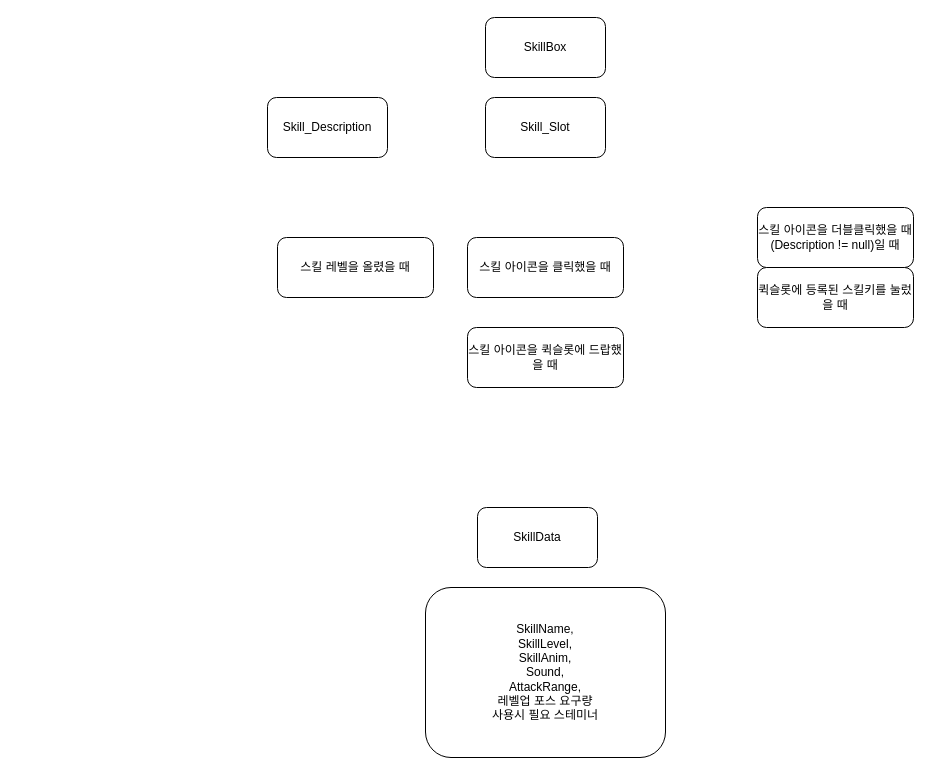
The draw.io diagram 다이어그램/스킬창, 스킬시스템.drawio in steelfs/JY, before the edit. Source tidied: cells renumbered, new cells numbered last; positions are measured from the earlier drawing's top-left corner, leaving out a move shared by most shapes. Both pictures are drawn from the tidied source at 100%, with x=0, y=0 at pixel (267, 17).
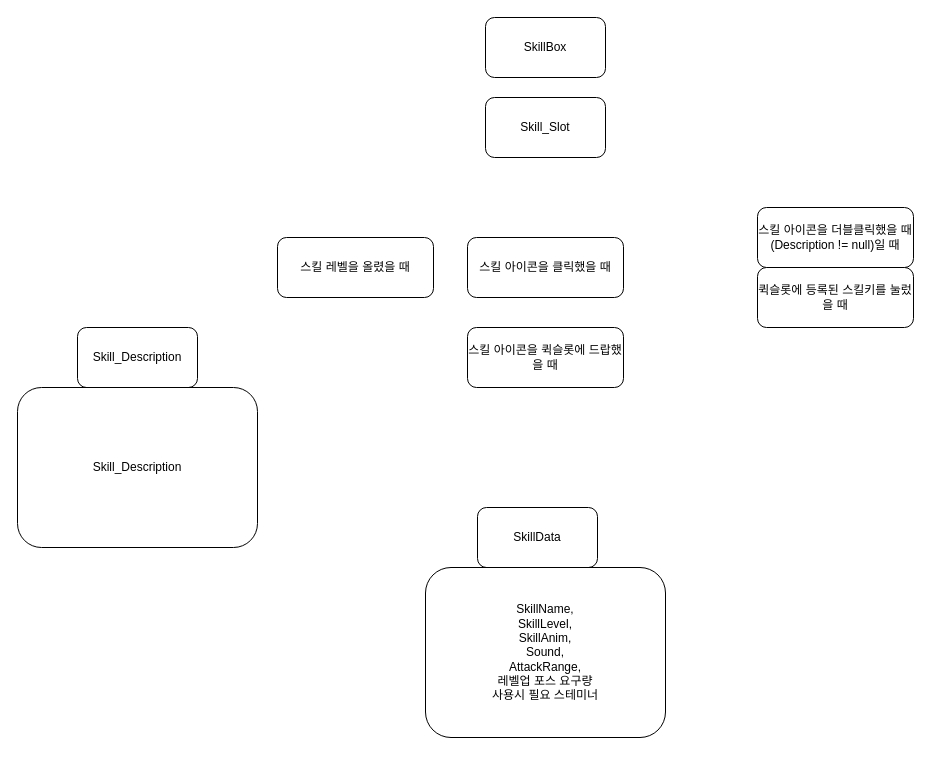
The same page after the edit.

Commit message (it also covers changes not shown here):
다이어그램 업데이트

Diff of the diagram source:
```diff
@@
 <mxGraphModel>
   <root>
     <mxCell id="0" />
     <mxCell id="1" parent="0" />
     <mxCell id="2" value="SkillBox" style="rounded=1;whiteSpace=wrap;html=1;" parent="1" vertex="1">
       <mxGeometry x="218" width="120" height="60" as="geometry" />
     </mxCell>
     <mxCell id="3" value="스킬 레벨을 올렸을 때" style="rounded=1;whiteSpace=wrap;html=1;" parent="1" vertex="1">
       <mxGeometry x="10" y="220" width="156" height="60" as="geometry" />
     </mxCell>
     <mxCell id="4" value="스킬 아이콘을 클릭했을 때" style="rounded=1;whiteSpace=wrap;html=1;" parent="1" vertex="1">
       <mxGeometry x="200" y="220" width="156" height="60" as="geometry" />
     </mxCell>
     <mxCell id="5" value="스킬 아이콘을 퀵슬롯에 드랍했을 때" style="rounded=1;whiteSpace=wrap;html=1;" parent="1" vertex="1">
       <mxGeometry x="200" y="310" width="156" height="60" as="geometry" />
     </mxCell>
     <mxCell id="6" value="스킬 아이콘을 더블클릭했을 때(Description != null)일 때" style="rounded=1;whiteSpace=wrap;html=1;" parent="1" vertex="1">
       <mxGeometry x="490" y="190" width="156" height="60" as="geometry" />
     </mxCell>
     <mxCell id="7" value="퀵슬롯에 등록된 스킬키를 눌렀을 때" style="rounded=1;whiteSpace=wrap;html=1;" parent="1" vertex="1">
       <mxGeometry x="490" y="250" width="156" height="60" as="geometry" />
     </mxCell>
     <mxCell id="8" value="SkillData" style="rounded=1;whiteSpace=wrap;html=1;" parent="1" vertex="1">
       <mxGeometry x="210" y="490" width="120" height="60" as="geometry" />
     </mxCell>
     <mxCell id="9" value="SkillName,&lt;br&gt;SkillLevel,&lt;br&gt;SkillAnim,&lt;br&gt;Sound,&lt;br&gt;AttackRange,&lt;br&gt;레벨업 포스 요구량&lt;br&gt;사용시 필요 스테미너" style="rounded=1;whiteSpace=wrap;html=1;" parent="1" vertex="1">
-      <mxGeometry x="158" y="570" width="240" height="170" as="geometry" />
+      <mxGeometry x="158" y="550" width="240" height="170" as="geometry" />
     </mxCell>
     <mxCell id="10" value="Skill_Description" style="rounded=1;whiteSpace=wrap;html=1;" parent="1" vertex="1">
-      <mxGeometry y="80" width="120" height="60" as="geometry" />
+      <mxGeometry x="-190" y="310" width="120" height="60" as="geometry" />
     </mxCell>
     <mxCell id="11" value="Skill_Slot" style="rounded=1;whiteSpace=wrap;html=1;" parent="1" vertex="1">
       <mxGeometry x="218" y="80" width="120" height="60" as="geometry" />
     </mxCell>
+    <mxCell id="12" value="Skill_Description" style="rounded=1;whiteSpace=wrap;html=1;" parent="1" vertex="1">
+      <mxGeometry x="-250" y="370" width="240" height="160" as="geometry" />
+    </mxCell>
   </root>
 </mxGraphModel>
```
